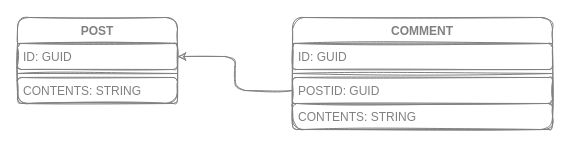
The draw.io diagram page "0.0.2.0.0" (4 of 6) of 0. Kirish/Resurslar/Maqsad, Modellashtirish va Simulyatsiya/Purposing Modeling & Simulation.drawio in hassanhabib/The-Standard-Uzbek, before the edit. Source tidied: cells renumbered, new cells numbered last; positions are measured from the earlier drawing's top-left corner, leaving out a move shared by most shapes. Both pictures are drawn from the tidied source at 100%, with x=0, y=0 at pixel (17, 17).
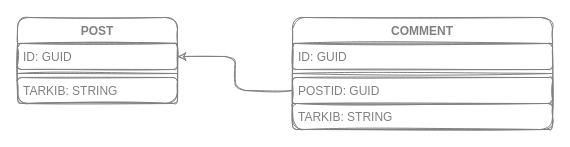
The same page after the edit.

What changed in the source:
```diff
@@
 <mxGraphModel>
   <root>
     <mxCell id="0" />
     <mxCell id="1" parent="0" />
     <mxCell id="2" value="COMMENT" style="swimlane;fontStyle=1;align=center;verticalAlign=top;horizontal=1;startSize=26;sketch=1;rounded=1;strokeColor=#808080;fontColor=#808080;" parent="1" vertex="1">
       <mxGeometry x="275" width="260" height="112" as="geometry" />
     </mxCell>
     <mxCell id="3" value="ID: GUID" style="text;strokeColor=#808080;fillColor=none;align=left;verticalAlign=top;spacingLeft=4;spacingRight=4;overflow=hidden;sketch=1;rounded=1;fontColor=#808080;" parent="2" vertex="1">
       <mxGeometry y="26" width="260" height="26" as="geometry" />
     </mxCell>
     <mxCell id="4" style="line;strokeWidth=1;fillColor=none;align=left;verticalAlign=middle;spacingTop=-1;spacingLeft=3;spacingRight=3;labelPosition=right;sketch=1;rounded=1;strokeColor=#808080;fontColor=#808080;" parent="2" vertex="1">
       <mxGeometry y="52" width="260" height="8" as="geometry" />
     </mxCell>
     <mxCell id="5" value="POSTID: GUID" style="text;strokeColor=#808080;fillColor=none;align=left;verticalAlign=top;spacingLeft=4;spacingRight=4;overflow=hidden;points=[[0,0.5],[1,0.5]];portConstraint=eastwest;sketch=1;rounded=1;fontColor=#808080;" parent="2" vertex="1">
       <mxGeometry y="60" width="260" height="26" as="geometry" />
     </mxCell>
-    <mxCell id="6" value="CONTENTS: STRING" style="text;strokeColor=#808080;fillColor=none;align=left;verticalAlign=top;spacingLeft=4;spacingRight=4;overflow=hidden;sketch=1;rounded=1;fontColor=#808080;" parent="2" vertex="1">
+    <mxCell id="6" value="TARKIB: STRING" style="text;strokeColor=#808080;fillColor=none;align=left;verticalAlign=top;spacingLeft=4;spacingRight=4;overflow=hidden;sketch=1;rounded=1;fontColor=#808080;" parent="2" vertex="1">
       <mxGeometry y="86" width="260" height="26" as="geometry" />
     </mxCell>
     <mxCell id="7" value="POST" style="swimlane;fontStyle=1;align=center;verticalAlign=top;horizontal=1;startSize=26;sketch=1;rounded=1;strokeColor=#808080;fontColor=#808080;" parent="1" vertex="1">
       <mxGeometry width="160" height="86" as="geometry" />
     </mxCell>
     <mxCell id="8" value="ID: GUID" style="text;strokeColor=#808080;fillColor=none;align=left;verticalAlign=top;spacingLeft=4;spacingRight=4;overflow=hidden;points=[[0,0.5],[1,0.5]];portConstraint=eastwest;sketch=1;rounded=1;fontColor=#808080;" parent="7" vertex="1">
       <mxGeometry y="26" width="160" height="26" as="geometry" />
     </mxCell>
     <mxCell id="9" style="line;strokeWidth=1;fillColor=none;align=left;verticalAlign=middle;spacingTop=-1;spacingLeft=3;spacingRight=3;labelPosition=right;sketch=1;rounded=1;strokeColor=#808080;fontColor=#808080;" parent="7" vertex="1">
       <mxGeometry y="52" width="160" height="8" as="geometry" />
     </mxCell>
-    <mxCell id="10" value="CONTENTS: STRING" style="text;strokeColor=#808080;fillColor=none;align=left;verticalAlign=top;spacingLeft=4;spacingRight=4;overflow=hidden;sketch=1;rounded=1;fontColor=#808080;" parent="7" vertex="1">
+    <mxCell id="10" value="TARKIB: STRING" style="text;strokeColor=#808080;fillColor=none;align=left;verticalAlign=top;spacingLeft=4;spacingRight=4;overflow=hidden;sketch=1;rounded=1;fontColor=#808080;" parent="7" vertex="1">
       <mxGeometry y="60" width="160" height="26" as="geometry" />
     </mxCell>
     <mxCell id="11" style="edgeStyle=orthogonalEdgeStyle;rounded=1;sketch=1;html=1;entryX=1;entryY=0.5;entryDx=0;entryDy=0;strokeColor=#808080;fontColor=#808080;" parent="1" edge="1" source="5" target="8">
       <mxGeometry relative="1" as="geometry" />
     </mxCell>
   </root>
 </mxGraphModel>
```
